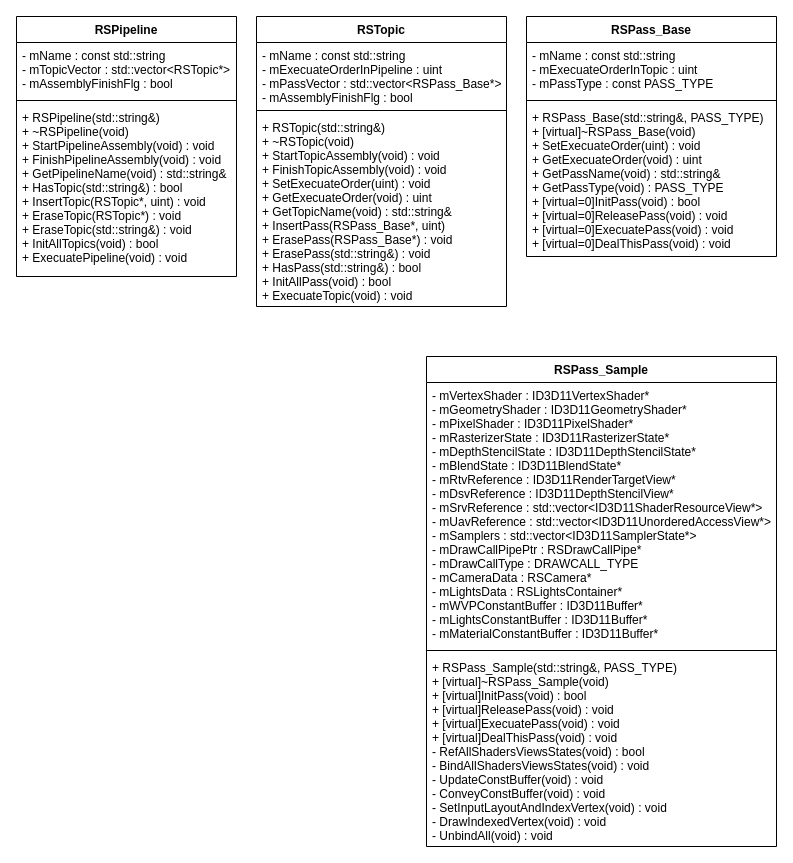
The draw.io diagram page "Pipeline" (5 of 5) of Render.drawio in HIBICUS-CAI/PreWorkRenderEngine, before the edit. Source tidied: cells renumbered, new cells numbered last; positions are measured from the earlier drawing's top-left corner, leaving out a move shared by most shapes. Both pictures are drawn from the tidied source at 100%, with x=0, y=0 at pixel (16, 16).
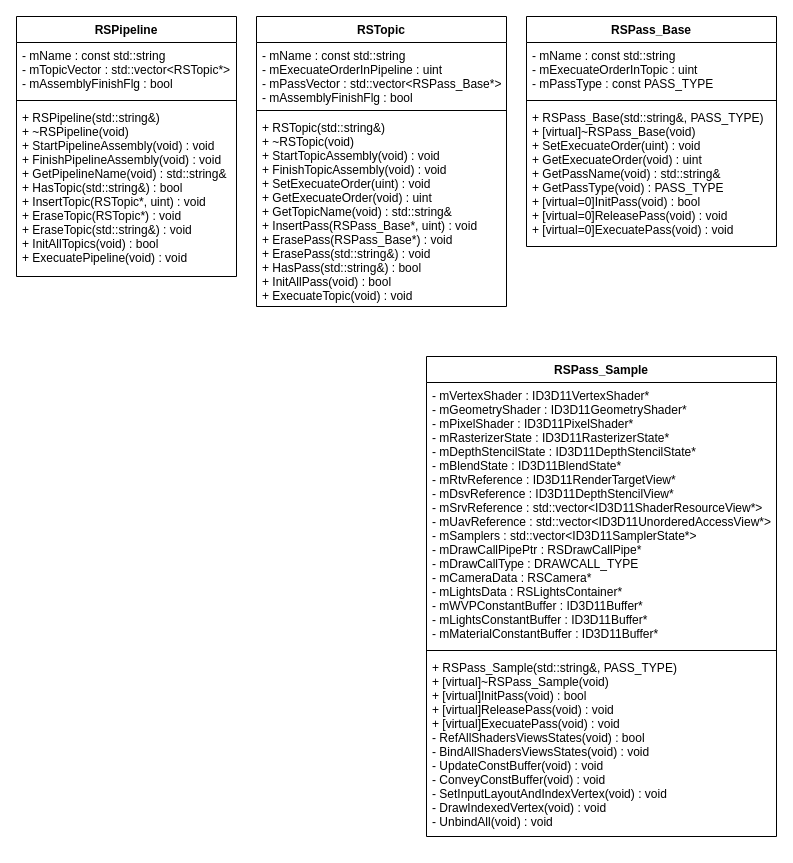
The same page after the edit.

The edit, as a diff of the source:
```diff
@@
 <mxGraphModel>
   <root>
     <mxCell id="0" />
     <mxCell id="1" parent="0" />
     <mxCell id="2" value="RSPipeline" style="swimlane;fontStyle=1;align=center;verticalAlign=top;horizontal=1;startSize=26;" parent="1" vertex="1">
       <mxGeometry width="220" height="260" as="geometry" />
     </mxCell>
     <mxCell id="3" value="- mName : const std::string&#10;- mTopicVector : std::vector&lt;RSTopic*&gt;&#10;- mAssemblyFinishFlg : bool" style="text;strokeColor=none;fillColor=none;align=left;verticalAlign=top;spacingLeft=4;spacingRight=4;overflow=hidden;" parent="2" vertex="1">
       <mxGeometry y="26" width="220" height="54" as="geometry" />
     </mxCell>
     <mxCell id="4" style="line;strokeWidth=1;fillColor=none;align=left;verticalAlign=middle;spacingTop=-1;spacingLeft=3;spacingRight=3;labelPosition=right;" parent="2" vertex="1">
       <mxGeometry y="80" width="220" height="8" as="geometry" />
     </mxCell>
     <mxCell id="5" value="+ RSPipeline(std::string&amp;)&#10;+ ~RSPipeline(void)&#10;+ StartPipelineAssembly(void) : void&#10;+ FinishPipelineAssembly(void) : void&#10;+ GetPipelineName(void) : std::string&amp;&#10;+ HasTopic(std::string&amp;) : bool&#10;+ InsertTopic(RSTopic*, uint) : void&#10;+ EraseTopic(RSTopic*) : void&#10;+ EraseTopic(std::string&amp;) : void&#10;+ InitAllTopics(void) : bool&#10;+ ExecuatePipeline(void) : void" style="text;strokeColor=none;fillColor=none;align=left;verticalAlign=top;spacingLeft=4;spacingRight=4;overflow=hidden;" parent="2" vertex="1">
       <mxGeometry y="88" width="220" height="172" as="geometry" />
     </mxCell>
     <mxCell id="6" value="RSTopic" style="swimlane;fontStyle=1;align=center;verticalAlign=top;horizontal=1;startSize=26;" parent="1" vertex="1">
       <mxGeometry x="240" width="250" height="290" as="geometry" />
     </mxCell>
     <mxCell id="7" value="- mName : const std::string&#10;- mExecuateOrderInPipeline : uint&#10;- mPassVector : std::vector&lt;RSPass_Base*&gt;&#10;- mAssemblyFinishFlg : bool" style="text;strokeColor=none;fillColor=none;align=left;verticalAlign=top;spacingLeft=4;spacingRight=4;overflow=hidden;" parent="6" vertex="1">
       <mxGeometry y="26" width="250" height="64" as="geometry" />
     </mxCell>
     <mxCell id="8" style="line;strokeWidth=1;fillColor=none;align=left;verticalAlign=middle;spacingTop=-1;spacingLeft=3;spacingRight=3;labelPosition=right;" parent="6" vertex="1">
       <mxGeometry y="90" width="250" height="8" as="geometry" />
     </mxCell>
-    <mxCell id="9" value="+ RSTopic(std::string&amp;)&#10;+ ~RSTopic(void)&#10;+ StartTopicAssembly(void) : void&#10;+ FinishTopicAssembly(void) : void&#10;+ SetExecuateOrder(uint) : void&#10;+ GetExecuateOrder(void) : uint&#10;+ GetTopicName(void) : std::string&amp;&#10;+ InsertPass(RSPass_Base*, uint)&#10;+ ErasePass(RSPass_Base*) : void&#10;+ ErasePass(std::string&amp;) : void&#10;+ HasPass(std::string&amp;) : bool&#10;+ InitAllPass(void) : bool&#10;+ ExecuateTopic(void) : void" style="text;strokeColor=none;fillColor=none;align=left;verticalAlign=top;spacingLeft=4;spacingRight=4;overflow=hidden;" parent="6" vertex="1">
+    <mxCell id="9" value="+ RSTopic(std::string&amp;)&#10;+ ~RSTopic(void)&#10;+ StartTopicAssembly(void) : void&#10;+ FinishTopicAssembly(void) : void&#10;+ SetExecuateOrder(uint) : void&#10;+ GetExecuateOrder(void) : uint&#10;+ GetTopicName(void) : std::string&amp;&#10;+ InsertPass(RSPass_Base*, uint) : void&#10;+ ErasePass(RSPass_Base*) : void&#10;+ ErasePass(std::string&amp;) : void&#10;+ HasPass(std::string&amp;) : bool&#10;+ InitAllPass(void) : bool&#10;+ ExecuateTopic(void) : void" style="text;strokeColor=none;fillColor=none;align=left;verticalAlign=top;spacingLeft=4;spacingRight=4;overflow=hidden;" parent="6" vertex="1">
       <mxGeometry y="98" width="250" height="192" as="geometry" />
     </mxCell>
     <mxCell id="10" value="RSPass_Base" style="swimlane;fontStyle=1;align=center;verticalAlign=top;horizontal=1;startSize=26;" parent="1" vertex="1">
-      <mxGeometry x="510" width="250" height="240" as="geometry" />
+      <mxGeometry x="510" width="250" height="230" as="geometry" />
     </mxCell>
     <mxCell id="11" value="- mName : const std::string&#10;- mExecuateOrderInTopic : uint&#10;- mPassType : const PASS_TYPE" style="text;strokeColor=none;fillColor=none;align=left;verticalAlign=top;spacingLeft=4;spacingRight=4;overflow=hidden;" parent="10" vertex="1">
       <mxGeometry y="26" width="250" height="54" as="geometry" />
     </mxCell>
     <mxCell id="12" style="line;strokeWidth=1;fillColor=none;align=left;verticalAlign=middle;spacingTop=-1;spacingLeft=3;spacingRight=3;labelPosition=right;" parent="10" vertex="1">
       <mxGeometry y="80" width="250" height="8" as="geometry" />
     </mxCell>
-    <mxCell id="13" value="+ RSPass_Base(std::string&amp;, PASS_TYPE)&#10;+ [virtual]~RSPass_Base(void)&#10;+ SetExecuateOrder(uint) : void&#10;+ GetExecuateOrder(void) : uint&#10;+ GetPassName(void) : std::string&amp;&#10;+ GetPassType(void) : PASS_TYPE&#10;+ [virtual=0]InitPass(void) : bool&#10;+ [virtual=0]ReleasePass(void) : void&#10;+ [virtual=0]ExecuatePass(void) : void&#10;+ [virtual=0]DealThisPass(void) : void" style="text;strokeColor=none;fillColor=none;align=left;verticalAlign=top;spacingLeft=4;spacingRight=4;overflow=hidden;" parent="10" vertex="1">
-      <mxGeometry y="88" width="250" height="152" as="geometry" />
+    <mxCell id="13" value="+ RSPass_Base(std::string&amp;, PASS_TYPE)&#10;+ [virtual]~RSPass_Base(void)&#10;+ SetExecuateOrder(uint) : void&#10;+ GetExecuateOrder(void) : uint&#10;+ GetPassName(void) : std::string&amp;&#10;+ GetPassType(void) : PASS_TYPE&#10;+ [virtual=0]InitPass(void) : bool&#10;+ [virtual=0]ReleasePass(void) : void&#10;+ [virtual=0]ExecuatePass(void) : void" style="text;strokeColor=none;fillColor=none;align=left;verticalAlign=top;spacingLeft=4;spacingRight=4;overflow=hidden;" parent="10" vertex="1">
+      <mxGeometry y="88" width="250" height="142" as="geometry" />
     </mxCell>
     <mxCell id="14" value="RSPass_Sample" style="swimlane;fontStyle=1;align=center;verticalAlign=top;horizontal=1;startSize=26;" parent="1" vertex="1">
-      <mxGeometry x="410" y="340" width="350" height="490" as="geometry" />
+      <mxGeometry x="410" y="340" width="350" height="480" as="geometry" />
     </mxCell>
     <mxCell id="15" value="- mVertexShader : ID3D11VertexShader*&#10;- mGeometryShader : ID3D11GeometryShader*&#10;- mPixelShader : ID3D11PixelShader*&#10;- mRasterizerState : ID3D11RasterizerState*&#10;- mDepthStencilState : ID3D11DepthStencilState*&#10;- mBlendState : ID3D11BlendState*&#10;- mRtvReference : ID3D11RenderTargetView*&#10;- mDsvReference : ID3D11DepthStencilView*&#10;- mSrvReference : std::vector&lt;ID3D11ShaderResourceView*&gt;&#10;- mUavReference : std::vector&lt;ID3D11UnorderedAccessView*&gt;&#10;- mSamplers : std::vector&lt;ID3D11SamplerState*&gt;&#10;- mDrawCallPipePtr : RSDrawCallPipe*&#10;- mDrawCallType : DRAWCALL_TYPE&#10;- mCameraData : RSCamera*&#10;- mLightsData : RSLightsContainer*&#10;- mWVPConstantBuffer : ID3D11Buffer*&#10;- mLightsConstantBuffer : ID3D11Buffer*&#10;- mMaterialConstantBuffer : ID3D11Buffer*" style="text;strokeColor=none;fillColor=none;align=left;verticalAlign=top;spacingLeft=4;spacingRight=4;overflow=hidden;" parent="14" vertex="1">
       <mxGeometry y="26" width="350" height="264" as="geometry" />
     </mxCell>
     <mxCell id="16" style="line;strokeWidth=1;fillColor=none;align=left;verticalAlign=middle;spacingTop=-1;spacingLeft=3;spacingRight=3;labelPosition=right;" parent="14" vertex="1">
       <mxGeometry y="290" width="350" height="8" as="geometry" />
     </mxCell>
-    <mxCell id="17" value="+ RSPass_Sample(std::string&amp;, PASS_TYPE)&#10;+ [virtual]~RSPass_Sample(void)&#10;+ [virtual]InitPass(void) : bool&#10;+ [virtual]ReleasePass(void) : void&#10;+ [virtual]ExecuatePass(void) : void&#10;+ [virtual]DealThisPass(void) : void&#10;- RefAllShadersViewsStates(void) : bool&#10;- BindAllShadersViewsStates(void) : void&#10;- UpdateConstBuffer(void) : void&#10;- ConveyConstBuffer(void) : void&#10;- SetInputLayoutAndIndexVertex(void) : void&#10;- DrawIndexedVertex(void) : void&#10;- UnbindAll(void) : void" style="text;strokeColor=none;fillColor=none;align=left;verticalAlign=top;spacingLeft=4;spacingRight=4;overflow=hidden;" parent="14" vertex="1">
-      <mxGeometry y="298" width="350" height="192" as="geometry" />
+    <mxCell id="17" value="+ RSPass_Sample(std::string&amp;, PASS_TYPE)&#10;+ [virtual]~RSPass_Sample(void)&#10;+ [virtual]InitPass(void) : bool&#10;+ [virtual]ReleasePass(void) : void&#10;+ [virtual]ExecuatePass(void) : void&#10;- RefAllShadersViewsStates(void) : bool&#10;- BindAllShadersViewsStates(void) : void&#10;- UpdateConstBuffer(void) : void&#10;- ConveyConstBuffer(void) : void&#10;- SetInputLayoutAndIndexVertex(void) : void&#10;- DrawIndexedVertex(void) : void&#10;- UnbindAll(void) : void" style="text;strokeColor=none;fillColor=none;align=left;verticalAlign=top;spacingLeft=4;spacingRight=4;overflow=hidden;" parent="14" vertex="1">
+      <mxGeometry y="298" width="350" height="182" as="geometry" />
     </mxCell>
   </root>
 </mxGraphModel>
```
